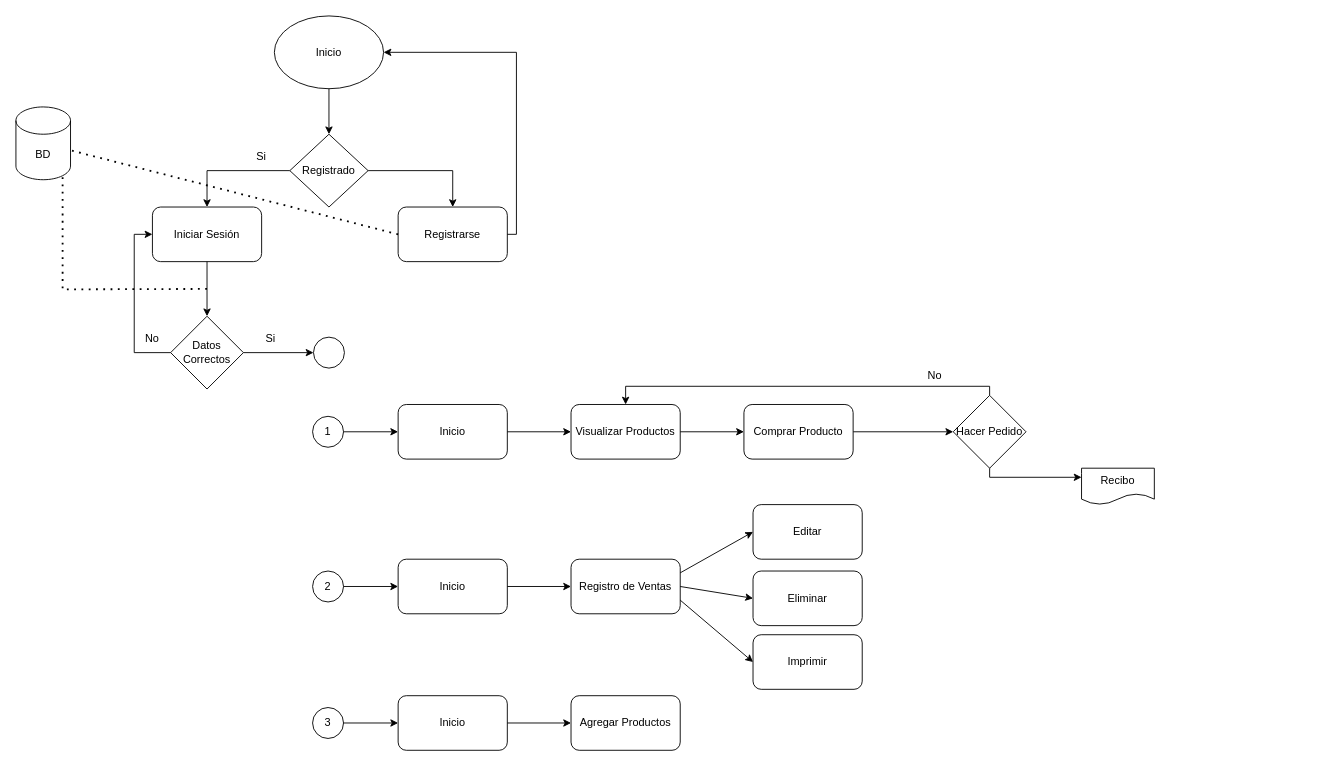
Above: Diagramas/Diagrama de Flujo.drawio in JuanDR403/Prototipo_Ruben_Ventas (draw.io), before the change. Source tidied: cells renumbered, new cells numbered last; positions are measured from the earlier drawing's top-left corner, leaving out a move shared by most shapes. Both pictures are drawn from the tidied source at 91%, with x=0, y=0 at pixel (15, 15).
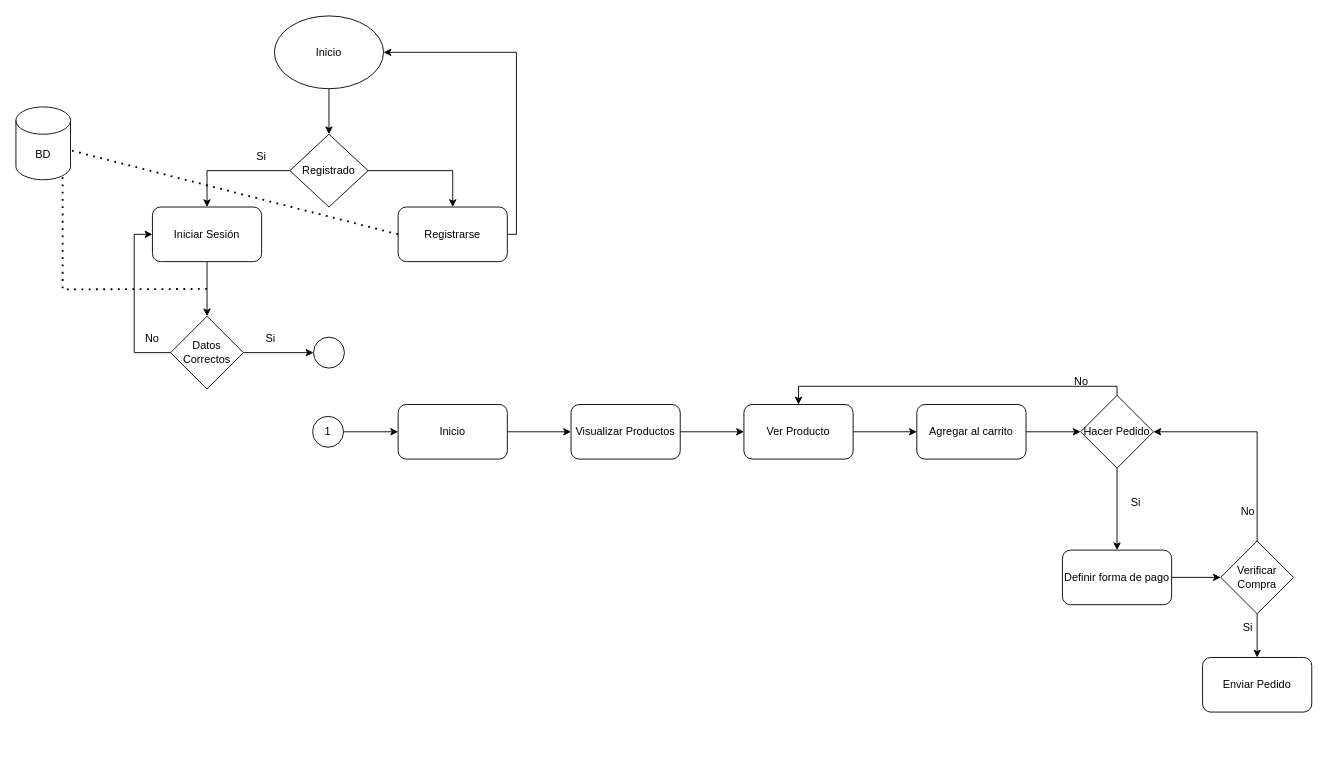
The same page after the edit.

Commit message (it also covers changes not shown here):
se edita la ubicacion de uno de los diagramas y se cambia el nombre de los de secuencia

The change refers to these unchanged cells:
```xml
<mxCell id="24" value="Visualizar Productos" style="rounded=1;whiteSpace=wrap;html=1;" parent="1" vertex="1">
  <mxGeometry x="610" y="427" width="120" height="60" as="geometry" />
</mxCell>
```

What changed in the source:
```diff
@@
     <mxCell id="27" value="No" style="text;html=1;strokeColor=none;fillColor=none;align=center;verticalAlign=middle;whiteSpace=wrap;rounded=0;" parent="1" vertex="1">
-      <mxGeometry x="980" y="380" width="60" height="30" as="geometry" />
+      <mxGeometry x="1141" y="387" width="60" height="30" as="geometry" />
     </mxCell>
+    <mxCell id="50" value="Agregar al carrito" style="rounded=1;whiteSpace=wrap;html=1;" parent="1" vertex="1">
+      <mxGeometry x="990" y="427" width="120" height="60" as="geometry" />
+    </mxCell>
-    <mxCell id="28" style="endArrow=classic;html=1;rounded=0;exitX=1;exitY=0.5;exitDx=0;exitDy=0;entryX=0;entryY=0.5;entryDx=0;entryDy=0;" parent="1" edge="1" source="30" target="29">
+    <mxCell id="28" style="endArrow=classic;html=1;rounded=0;exitX=1;exitY=0.5;exitDx=0;exitDy=0;entryX=0;entryY=0.5;entryDx=0;entryDy=0;" parent="1" edge="1" source="30" target="50">
       <mxGeometry relative="1" as="geometry" />
     </mxCell>
+    <mxCell id="51" value="Si" style="text;html=1;strokeColor=none;fillColor=none;align=center;verticalAlign=middle;whiteSpace=wrap;rounded=0;" parent="1" vertex="1">
+      <mxGeometry x="1324" y="657" width="60" height="30" as="geometry" />
+    </mxCell>
     <mxCell id="29" value="Hacer Pedido" style="rhombus;whiteSpace=wrap;html=1;" parent="1" vertex="1">
-      <mxGeometry x="1030" y="417" width="80" height="80" as="geometry" />
+      <mxGeometry x="1170" y="417" width="80" height="80" as="geometry" />
     </mxCell>
+    <mxCell id="52" style="endArrow=classic;html=1;rounded=0;exitX=1;exitY=0.5;exitDx=0;exitDy=0;entryX=0;entryY=0.5;entryDx=0;entryDy=0;" parent="1" edge="1" source="50" target="29">
+      <mxGeometry relative="1" as="geometry" />
+    </mxCell>
-    <mxCell id="30" value="Comprar Producto" style="rounded=1;whiteSpace=wrap;html=1;" parent="1" vertex="1">
+    <mxCell id="30" value="Ver Producto" style="rounded=1;whiteSpace=wrap;html=1;" parent="1" vertex="1">
       <mxGeometry x="800" y="427" width="120" height="60" as="geometry" />
     </mxCell>
-    <mxCell id="31" style="endArrow=classic;html=1;rounded=0;exitX=0.5;exitY=0;exitDx=0;exitDy=0;entryX=0.5;entryY=0;entryDx=0;entryDy=0;edgeStyle=orthogonalEdgeStyle;" parent="1" edge="1" source="29" target="24">
+    <mxCell id="31" style="endArrow=classic;html=1;rounded=0;exitX=0.5;exitY=0;exitDx=0;exitDy=0;entryX=0.5;entryY=0;entryDx=0;entryDy=0;edgeStyle=orthogonalEdgeStyle;" parent="1" edge="1" source="29" target="30">
       <mxGeometry relative="1" as="geometry" />
     </mxCell>
+    <mxCell id="53" value="Definir forma de pago" style="rounded=1;whiteSpace=wrap;html=1;" parent="1" vertex="1">
+      <mxGeometry x="1150" y="587" width="120" height="60" as="geometry" />
+    </mxCell>
-    <mxCell id="32" style="endArrow=classic;html=1;rounded=0;exitX=0.5;exitY=1;exitDx=0;exitDy=0;entryX=0;entryY=0.25;entryDx=0;entryDy=0;" parent="1" edge="1" source="29" target="33">
-      <mxGeometry relative="1" as="geometry">
-        <Array as="points">
-          <mxPoint x="1070" y="507" />
-        </Array>
-      </mxGeometry>
+    <mxCell id="32" style="endArrow=classic;html=1;rounded=0;exitX=0.5;exitY=1;exitDx=0;exitDy=0;entryX=0.5;entryY=0;entryDx=0;entryDy=0;" parent="1" edge="1" source="29" target="53">
+      <mxGeometry relative="1" as="geometry" />
     </mxCell>
-    <mxCell id="33" value="Recibo" style="shape=document;whiteSpace=wrap;html=1;boundedLbl=1;" parent="1" vertex="1">
-      <mxGeometry x="1171" y="497" width="80" height="40" as="geometry" />
-    </mxCell>
-    <mxCell id="34" value="2" style="ellipse;whiteSpace=wrap;html=1;" parent="1" vertex="1">
-      <mxGeometry x="326" y="610" width="34" height="34" as="geometry" />
-    </mxCell>
-    <mxCell id="35" value="Inicio" style="rounded=1;whiteSpace=wrap;html=1;" parent="1" vertex="1">
-      <mxGeometry x="420" y="597" width="120" height="60" as="geometry" />
-    </mxCell>
-    <mxCell id="36" style="endArrow=classic;html=1;rounded=0;exitX=1;exitY=0.5;exitDx=0;exitDy=0;entryX=0;entryY=0.5;entryDx=0;entryDy=0;" parent="1" edge="1" source="34" target="35">
-      <mxGeometry relative="1" as="geometry" />
-    </mxCell>
-    <mxCell id="37" value="Registro de Ventas" style="rounded=1;whiteSpace=wrap;html=1;" parent="1" vertex="1">
-      <mxGeometry x="610" y="597" width="120" height="60" as="geometry" />
-    </mxCell>
-    <mxCell id="38" style="endArrow=classic;html=1;rounded=0;exitX=1;exitY=0.5;exitDx=0;exitDy=0;entryX=0;entryY=0.5;entryDx=0;entryDy=0;" parent="1" edge="1" source="35" target="37">
-      <mxGeometry relative="1" as="geometry" />
-    </mxCell>
-    <mxCell id="39" value="Editar" style="rounded=1;whiteSpace=wrap;html=1;" parent="1" vertex="1">
-      <mxGeometry x="810" y="537" width="120" height="60" as="geometry" />
-    </mxCell>
-    <mxCell id="40" value="Eliminar" style="rounded=1;whiteSpace=wrap;html=1;" parent="1" vertex="1">
-      <mxGeometry x="810" y="610" width="120" height="60" as="geometry" />
-    </mxCell>
-    <mxCell id="41" value="Imprimir" style="rounded=1;whiteSpace=wrap;html=1;" parent="1" vertex="1">
-      <mxGeometry x="810" y="680" width="120" height="60" as="geometry" />
-    </mxCell>
-    <mxCell id="42" style="endArrow=classic;html=1;rounded=0;exitX=1;exitY=0.25;exitDx=0;exitDy=0;entryX=0;entryY=0.5;entryDx=0;entryDy=0;" parent="1" edge="1" source="37" target="39">
-      <mxGeometry relative="1" as="geometry" />
-    </mxCell>
-    <mxCell id="43" style="endArrow=classic;html=1;rounded=0;exitX=1;exitY=0.75;exitDx=0;exitDy=0;entryX=0;entryY=0.5;entryDx=0;entryDy=0;" parent="1" edge="1" source="37" target="41">
-      <mxGeometry relative="1" as="geometry" />
-    </mxCell>
-    <mxCell id="44" style="endArrow=classic;html=1;rounded=0;exitX=1;exitY=0.5;exitDx=0;exitDy=0;entryX=0;entryY=0.5;entryDx=0;entryDy=0;" parent="1" edge="1" source="37" target="40">
-      <mxGeometry relative="1" as="geometry" />
-    </mxCell>
-    <mxCell id="45" value="3" style="ellipse;whiteSpace=wrap;html=1;" parent="1" vertex="1">
-      <mxGeometry x="326" y="760" width="34" height="34" as="geometry" />
-    </mxCell>
-    <mxCell id="46" value="Inicio" style="rounded=1;whiteSpace=wrap;html=1;" parent="1" vertex="1">
-      <mxGeometry x="420" y="747" width="120" height="60" as="geometry" />
-    </mxCell>
-    <mxCell id="47" value="Agregar Productos" style="rounded=1;whiteSpace=wrap;html=1;" parent="1" vertex="1">
-      <mxGeometry x="610" y="747" width="120" height="60" as="geometry" />
-    </mxCell>
-    <mxCell id="48" style="endArrow=classic;html=1;rounded=0;exitX=1;exitY=0.5;exitDx=0;exitDy=0;entryX=0;entryY=0.5;entryDx=0;entryDy=0;" parent="1" edge="1" source="45" target="46">
-      <mxGeometry relative="1" as="geometry" />
-    </mxCell>
-    <mxCell id="49" style="endArrow=classic;html=1;rounded=0;exitX=1;exitY=0.5;exitDx=0;exitDy=0;entryX=0;entryY=0.5;entryDx=0;entryDy=0;" parent="1" edge="1" source="46" target="47">
-      <mxGeometry relative="1" as="geometry" />
-    </mxCell>
+    <mxCell id="54" value="Verificar Compra" style="rhombus;whiteSpace=wrap;html=1;" parent="1" vertex="1">
+      <mxGeometry x="1324" y="577" width="80" height="80" as="geometry" />
+    </mxCell>
+    <mxCell id="55" style="endArrow=classic;html=1;rounded=0;exitX=1;exitY=0.5;exitDx=0;exitDy=0;entryX=0;entryY=0.5;entryDx=0;entryDy=0;" parent="1" edge="1" source="53" target="54">
+      <mxGeometry relative="1" as="geometry" />
+    </mxCell>
+    <mxCell id="56" style="endArrow=classic;html=1;rounded=0;exitX=0.5;exitY=0;exitDx=0;exitDy=0;edgeStyle=orthogonalEdgeStyle;entryX=1;entryY=0.5;entryDx=0;entryDy=0;" parent="1" edge="1" source="54" target="29">
+      <mxGeometry relative="1" as="geometry">
+        <Array as="points">
+          <mxPoint x="1364" y="457" />
+        </Array>
+      </mxGeometry>
+    </mxCell>
+    <mxCell id="57" value="No" style="text;html=1;strokeColor=none;fillColor=none;align=center;verticalAlign=middle;whiteSpace=wrap;rounded=0;" parent="1" vertex="1">
+      <mxGeometry x="1324" y="530" width="60" height="30" as="geometry" />
+    </mxCell>
+    <mxCell id="58" style="endArrow=classic;html=1;rounded=0;exitX=0.5;exitY=1;exitDx=0;exitDy=0;entryX=0.5;entryY=0;entryDx=0;entryDy=0;" parent="1" edge="1" source="54" target="59">
+      <mxGeometry relative="1" as="geometry" />
+    </mxCell>
+    <mxCell id="59" value="Enviar Pedido" style="rounded=1;whiteSpace=wrap;html=1;" parent="1" vertex="1">
+      <mxGeometry x="1304" y="705" width="120" height="60" as="geometry" />
+    </mxCell>
+    <mxCell id="60" value="Si" style="text;html=1;strokeColor=none;fillColor=none;align=center;verticalAlign=middle;whiteSpace=wrap;rounded=0;" parent="1" vertex="1">
+      <mxGeometry x="1201" y="520" width="60" height="30" as="geometry" />
+    </mxCell>
```
